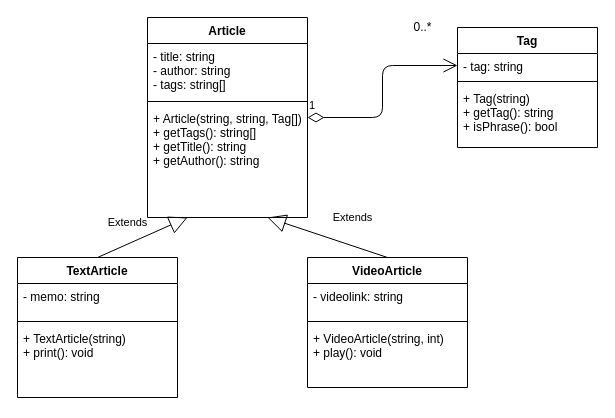
This is diagram/Article.drawio from VijayTheGr8/ReuseRepo, a draw.io file, before an edit. Source tidied: cells renumbered, new cells numbered last; positions are measured from the earlier drawing's top-left corner, leaving out a move shared by most shapes. Both pictures are drawn from the tidied source at 100%, with x=0, y=0 at pixel (17, 17).
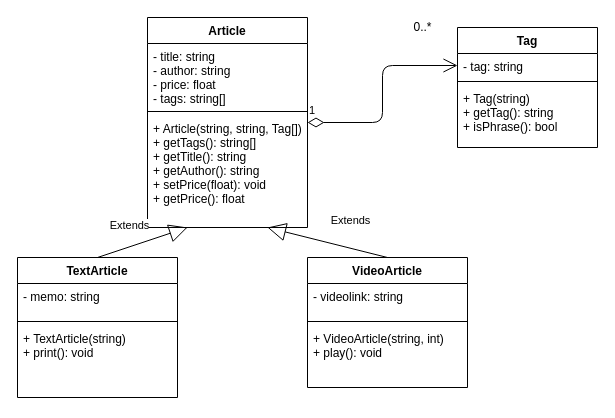
Above is the later version.

Change to the diagram source:
```diff
@@
     <mxCell id="2" value="Article" style="swimlane;fontStyle=1;align=center;verticalAlign=top;horizontal=1;startSize=26;" parent="1" vertex="1">
-      <mxGeometry x="130" width="160" height="200" as="geometry" />
+      <mxGeometry x="130" width="160" height="210" as="geometry" />
     </mxCell>
-    <mxCell id="3" value="- title: string&#10;- author: string&#10;- tags: string[]" style="text;strokeColor=none;fillColor=none;align=left;verticalAlign=top;spacingLeft=4;spacingRight=4;overflow=hidden;" parent="2" vertex="1">
-      <mxGeometry y="26" width="160" height="54" as="geometry" />
+    <mxCell id="3" value="- title: string&#10;- author: string&#10;- price: float&#10;- tags: string[]" style="text;strokeColor=none;fillColor=none;align=left;verticalAlign=top;spacingLeft=4;spacingRight=4;overflow=hidden;" parent="2" vertex="1">
+      <mxGeometry y="26" width="160" height="64" as="geometry" />
     </mxCell>
     <mxCell id="4" style="line;strokeWidth=1;fillColor=none;align=left;verticalAlign=middle;spacingTop=-1;spacingLeft=3;spacingRight=3;labelPosition=right;" parent="2" vertex="1">
-      <mxGeometry y="80" width="160" height="8" as="geometry" />
+      <mxGeometry y="90" width="160" height="8" as="geometry" />
     </mxCell>
-    <mxCell id="5" value="+ Article(string, string, Tag[])&#10;+ getTags(): string[] &#10;+ getTitle(): string&#10;+ getAuthor(): string" style="text;strokeColor=none;fillColor=none;align=left;verticalAlign=top;spacingLeft=4;spacingRight=4;overflow=hidden;" parent="2" vertex="1">
-      <mxGeometry y="88" width="160" height="112" as="geometry" />
+    <mxCell id="5" value="+ Article(string, string, Tag[])&#10;+ getTags(): string[] &#10;+ getTitle(): string&#10;+ getAuthor(): string&#10;+ setPrice(float): void&#10;+ getPrice(): float" style="text;strokeColor=none;fillColor=none;align=left;verticalAlign=top;spacingLeft=4;spacingRight=4;overflow=hidden;" parent="2" vertex="1">
+      <mxGeometry y="98" width="160" height="112" as="geometry" />
     </mxCell>
```
